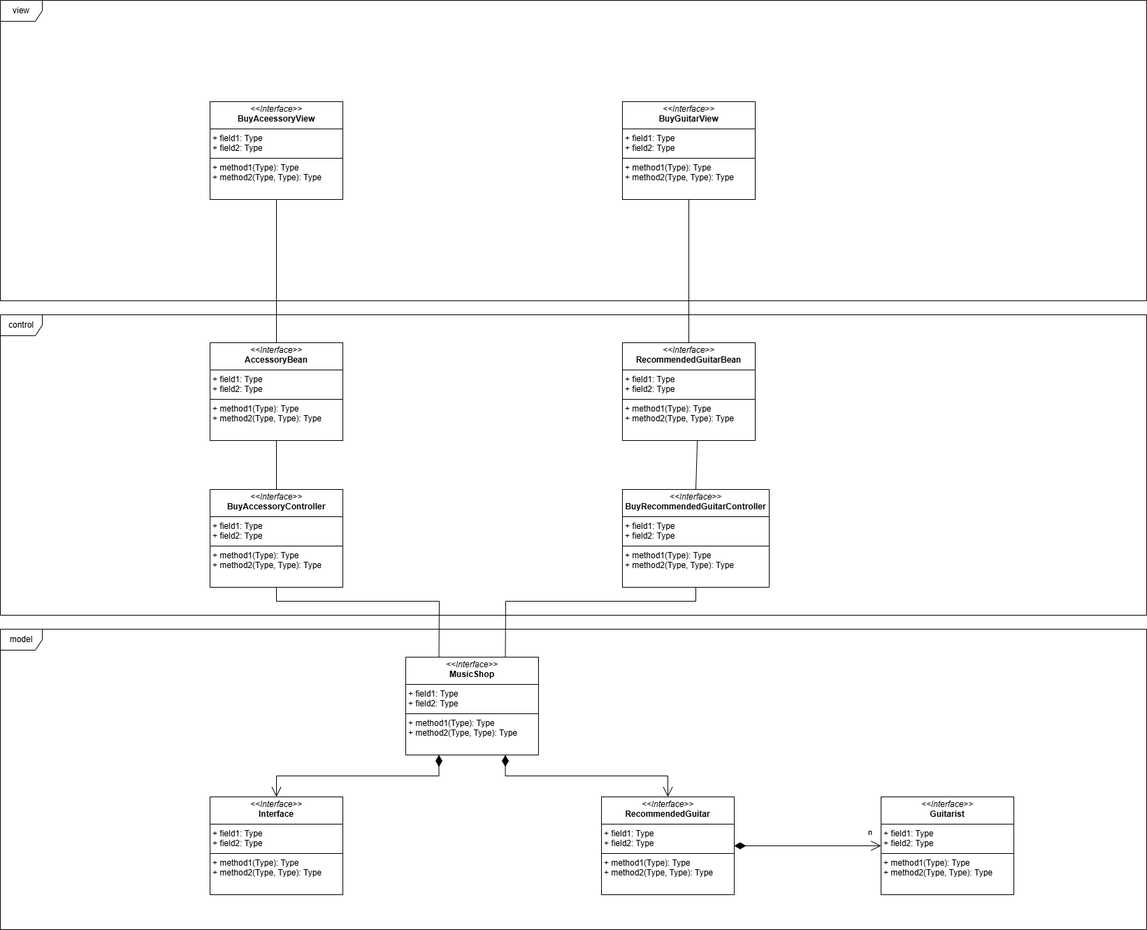
Above: diagrams/MVCM.drawio.png in TizianoLilli/ISPW-Project (draw.io), before the change. Source tidied: cells renumbered, new cells last; positions are measured from the earlier drawing's top-left corner, leaving out a move shared by most shapes.
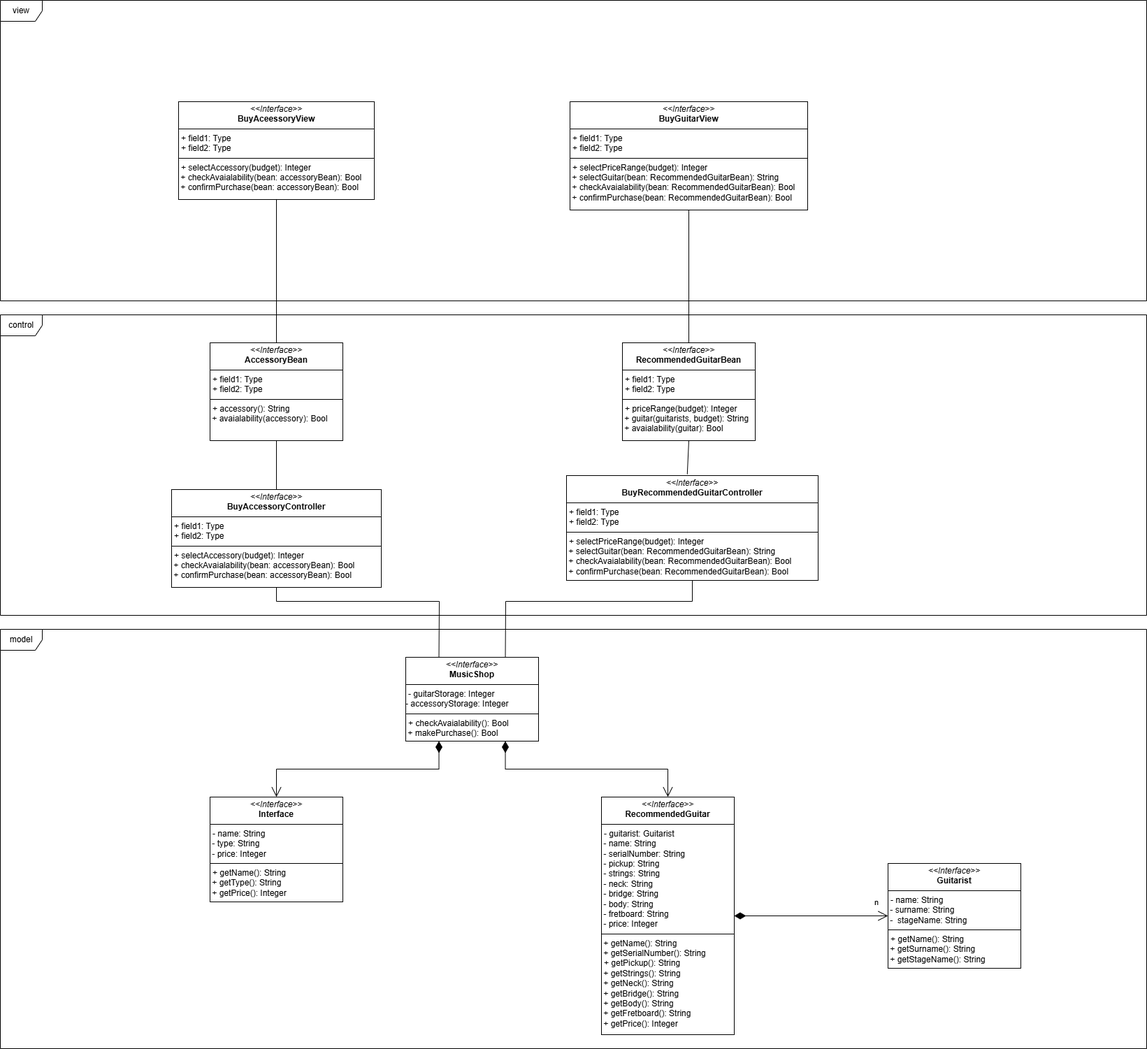
After the commit.

Diff of the diagram source:
```diff
@@ -5,47 +5,47 @@
     <mxCell id="2" value="view" style="shape=umlFrame;whiteSpace=wrap;html=1;" parent="1" vertex="1">
       <mxGeometry width="1640" height="430" as="geometry" />
     </mxCell>
-    <mxCell id="3" value="&lt;p style=&quot;margin:0px;margin-top:4px;text-align:center;&quot;&gt;&lt;i&gt;&amp;lt;&amp;lt;Interface&amp;gt;&amp;gt;&lt;/i&gt;&lt;br&gt;&lt;b&gt;BuyAceessoryView&lt;/b&gt;&lt;/p&gt;&lt;hr size=&quot;1&quot; style=&quot;border-style:solid;&quot;&gt;&lt;p style=&quot;margin:0px;margin-left:4px;&quot;&gt;+ field1: Type&lt;br&gt;+ field2: Type&lt;/p&gt;&lt;hr size=&quot;1&quot; style=&quot;border-style:solid;&quot;&gt;&lt;p style=&quot;margin:0px;margin-left:4px;&quot;&gt;+ method1(Type): Type&lt;br&gt;+ method2(Type, Type): Type&lt;/p&gt;" style="verticalAlign=top;align=left;overflow=fill;html=1;whiteSpace=wrap;" parent="1" vertex="1">
-      <mxGeometry x="300" y="145" width="190" height="140" as="geometry" />
+    <mxCell id="3" value="&lt;p style=&quot;margin:0px;margin-top:4px;text-align:center;&quot;&gt;&lt;i&gt;&amp;lt;&amp;lt;Interface&amp;gt;&amp;gt;&lt;/i&gt;&lt;br&gt;&lt;b&gt;BuyAceessoryView&lt;/b&gt;&lt;/p&gt;&lt;hr size=&quot;1&quot; style=&quot;border-style:solid;&quot;&gt;&lt;p style=&quot;margin:0px;margin-left:4px;&quot;&gt;+ field1: Type&lt;br&gt;+ field2: Type&lt;/p&gt;&lt;hr size=&quot;1&quot; style=&quot;border-style:solid;&quot;&gt;&lt;p style=&quot;margin:0px;margin-left:4px;&quot;&gt;+ selectAccessory(budget): Integer&lt;/p&gt;&lt;div&gt;&amp;nbsp;+ checkAvaialability(bean: accessoryBean): Bool&amp;nbsp;&lt;/div&gt;&lt;div&gt;&amp;nbsp;+ confirmPurchase(bean: accessoryBean): Bool&lt;/div&gt;" style="verticalAlign=top;align=left;overflow=fill;html=1;whiteSpace=wrap;" parent="1" vertex="1">
+      <mxGeometry x="255" y="145" width="280" height="140" as="geometry" />
     </mxCell>
-    <mxCell id="4" value="&lt;p style=&quot;margin:0px;margin-top:4px;text-align:center;&quot;&gt;&lt;i&gt;&amp;lt;&amp;lt;Interface&amp;gt;&amp;gt;&lt;/i&gt;&lt;br&gt;&lt;b&gt;BuyGuitarView&lt;/b&gt;&lt;/p&gt;&lt;hr size=&quot;1&quot; style=&quot;border-style:solid;&quot;&gt;&lt;p style=&quot;margin:0px;margin-left:4px;&quot;&gt;+ field1: Type&lt;br&gt;+ field2: Type&lt;/p&gt;&lt;hr size=&quot;1&quot; style=&quot;border-style:solid;&quot;&gt;&lt;p style=&quot;margin:0px;margin-left:4px;&quot;&gt;+ method1(Type): Type&lt;br&gt;+ method2(Type, Type): Type&lt;/p&gt;" style="verticalAlign=top;align=left;overflow=fill;html=1;whiteSpace=wrap;" parent="1" vertex="1">
-      <mxGeometry x="890" y="145" width="190" height="140" as="geometry" />
+    <mxCell id="4" value="&lt;p style=&quot;margin:0px;margin-top:4px;text-align:center;&quot;&gt;&lt;i&gt;&amp;lt;&amp;lt;Interface&amp;gt;&amp;gt;&lt;/i&gt;&lt;br&gt;&lt;b&gt;BuyGuitarView&lt;/b&gt;&lt;/p&gt;&lt;hr size=&quot;1&quot; style=&quot;border-style:solid;&quot;&gt;&lt;p style=&quot;margin:0px;margin-left:4px;&quot;&gt;+ field1: Type&lt;br&gt;+ field2: Type&lt;/p&gt;&lt;hr size=&quot;1&quot; style=&quot;border-style:solid;&quot;&gt;&lt;p style=&quot;margin:0px;margin-left:4px;&quot;&gt;+ selectPriceRange(budget): Integer&lt;/p&gt;&lt;div&gt;&amp;nbsp;+ selectGuitar(bean: RecommendedGuitarBean): String&lt;/div&gt;&lt;div&gt;&amp;nbsp;+ checkAvaialability(bean: RecommendedGuitarBean): Bool&lt;/div&gt;&lt;div&gt;&amp;nbsp;+ confirmPurchase(bean: RecommendedGuitarBean): Bool&lt;/div&gt;" style="verticalAlign=top;align=left;overflow=fill;html=1;whiteSpace=wrap;" parent="1" vertex="1">
+      <mxGeometry x="815" y="145" width="340" height="155" as="geometry" />
     </mxCell>
     <mxCell id="5" value="control" style="shape=umlFrame;whiteSpace=wrap;html=1;" parent="1" vertex="1">
       <mxGeometry y="450" width="1640" height="430" as="geometry" />
     </mxCell>
-    <mxCell id="6" value="&lt;p style=&quot;margin:0px;margin-top:4px;text-align:center;&quot;&gt;&lt;i&gt;&amp;lt;&amp;lt;Interface&amp;gt;&amp;gt;&lt;/i&gt;&lt;br&gt;&lt;b&gt;RecommendedGuitarBean&lt;/b&gt;&lt;/p&gt;&lt;hr size=&quot;1&quot; style=&quot;border-style:solid;&quot;&gt;&lt;p style=&quot;margin:0px;margin-left:4px;&quot;&gt;+ field1: Type&lt;br&gt;+ field2: Type&lt;/p&gt;&lt;hr size=&quot;1&quot; style=&quot;border-style:solid;&quot;&gt;&lt;p style=&quot;margin:0px;margin-left:4px;&quot;&gt;+ method1(Type): Type&lt;br&gt;+ method2(Type, Type): Type&lt;/p&gt;" style="verticalAlign=top;align=left;overflow=fill;html=1;whiteSpace=wrap;" parent="1" vertex="1">
+    <mxCell id="6" value="&lt;p style=&quot;margin:0px;margin-top:4px;text-align:center;&quot;&gt;&lt;i&gt;&amp;lt;&amp;lt;Interface&amp;gt;&amp;gt;&lt;/i&gt;&lt;br&gt;&lt;b&gt;RecommendedGuitarBean&lt;/b&gt;&lt;/p&gt;&lt;hr size=&quot;1&quot; style=&quot;border-style:solid;&quot;&gt;&lt;p style=&quot;margin:0px;margin-left:4px;&quot;&gt;+ field1: Type&lt;br&gt;+ field2: Type&lt;/p&gt;&lt;hr size=&quot;1&quot; style=&quot;border-style:solid;&quot;&gt;&lt;p style=&quot;margin:0px;margin-left:4px;&quot;&gt;+ priceRange(budget): Integer&lt;/p&gt;&lt;div&gt;&amp;nbsp;+ guitar(guitarists, budget): String&lt;/div&gt;&lt;div&gt;&amp;nbsp;+ avaialability(guitar): Bool&lt;/div&gt;&lt;div&gt;&lt;br&gt;&lt;/div&gt;" style="verticalAlign=top;align=left;overflow=fill;html=1;whiteSpace=wrap;" parent="1" vertex="1">
       <mxGeometry x="890" y="490" width="190" height="140" as="geometry" />
     </mxCell>
-    <mxCell id="7" value="&lt;p style=&quot;margin:0px;margin-top:4px;text-align:center;&quot;&gt;&lt;i&gt;&amp;lt;&amp;lt;Interface&amp;gt;&amp;gt;&lt;/i&gt;&lt;br&gt;&lt;b&gt;AccessoryBean&lt;/b&gt;&lt;/p&gt;&lt;hr size=&quot;1&quot; style=&quot;border-style:solid;&quot;&gt;&lt;p style=&quot;margin:0px;margin-left:4px;&quot;&gt;+ field1: Type&lt;br&gt;+ field2: Type&lt;/p&gt;&lt;hr size=&quot;1&quot; style=&quot;border-style:solid;&quot;&gt;&lt;p style=&quot;margin:0px;margin-left:4px;&quot;&gt;+ method1(Type): Type&lt;br&gt;+ method2(Type, Type): Type&lt;/p&gt;" style="verticalAlign=top;align=left;overflow=fill;html=1;whiteSpace=wrap;" parent="1" vertex="1">
+    <mxCell id="7" value="&lt;p style=&quot;margin:0px;margin-top:4px;text-align:center;&quot;&gt;&lt;i&gt;&amp;lt;&amp;lt;Interface&amp;gt;&amp;gt;&lt;/i&gt;&lt;br&gt;&lt;b&gt;AccessoryBean&lt;/b&gt;&lt;/p&gt;&lt;hr size=&quot;1&quot; style=&quot;border-style:solid;&quot;&gt;&lt;p style=&quot;margin:0px;margin-left:4px;&quot;&gt;+ field1: Type&lt;br&gt;+ field2: Type&lt;/p&gt;&lt;hr size=&quot;1&quot; style=&quot;border-style:solid;&quot;&gt;&lt;p style=&quot;margin:0px;margin-left:4px;&quot;&gt;+ accessory(): String&lt;/p&gt;&lt;div&gt;&amp;nbsp;+ avaialability(accessory): Bool&lt;/div&gt;" style="verticalAlign=top;align=left;overflow=fill;html=1;whiteSpace=wrap;" parent="1" vertex="1">
       <mxGeometry x="300" y="490" width="190" height="140" as="geometry" />
     </mxCell>
-    <mxCell id="8" value="&lt;p style=&quot;margin:0px;margin-top:4px;text-align:center;&quot;&gt;&lt;i&gt;&amp;lt;&amp;lt;Interface&amp;gt;&amp;gt;&lt;/i&gt;&lt;br&gt;&lt;b&gt;BuyAccessoryController&lt;/b&gt;&lt;/p&gt;&lt;hr size=&quot;1&quot; style=&quot;border-style:solid;&quot;&gt;&lt;p style=&quot;margin:0px;margin-left:4px;&quot;&gt;+ field1: Type&lt;br&gt;+ field2: Type&lt;/p&gt;&lt;hr size=&quot;1&quot; style=&quot;border-style:solid;&quot;&gt;&lt;p style=&quot;margin:0px;margin-left:4px;&quot;&gt;+ method1(Type): Type&lt;br&gt;+ method2(Type, Type): Type&lt;/p&gt;" style="verticalAlign=top;align=left;overflow=fill;html=1;whiteSpace=wrap;" parent="1" vertex="1">
-      <mxGeometry x="300" y="700" width="190" height="140" as="geometry" />
+    <mxCell id="8" value="&lt;p style=&quot;margin:0px;margin-top:4px;text-align:center;&quot;&gt;&lt;i&gt;&amp;lt;&amp;lt;Interface&amp;gt;&amp;gt;&lt;/i&gt;&lt;br&gt;&lt;b&gt;BuyAccessoryController&lt;/b&gt;&lt;/p&gt;&lt;hr size=&quot;1&quot; style=&quot;border-style:solid;&quot;&gt;&lt;p style=&quot;margin:0px;margin-left:4px;&quot;&gt;+ field1: Type&lt;br&gt;+ field2: Type&lt;/p&gt;&lt;hr size=&quot;1&quot; style=&quot;border-style:solid;&quot;&gt;&lt;p style=&quot;margin:0px;margin-left:4px;&quot;&gt;+ selectAccessory(budget): Integer&lt;/p&gt;&lt;div&gt;&amp;nbsp;+ checkAvaialability(bean: accessoryBean): Bool&lt;/div&gt;&lt;div&gt;&amp;nbsp;+ confirmPurchase(bean: accessoryBean): Bool&lt;/div&gt;" style="verticalAlign=top;align=left;overflow=fill;html=1;whiteSpace=wrap;" parent="1" vertex="1">
+      <mxGeometry x="245" y="700" width="300" height="140" as="geometry" />
     </mxCell>
-    <mxCell id="9" value="&lt;p style=&quot;margin:0px;margin-top:4px;text-align:center;&quot;&gt;&lt;i&gt;&amp;lt;&amp;lt;Interface&amp;gt;&amp;gt;&lt;/i&gt;&lt;br&gt;&lt;b&gt;BuyRecommendedGuitarController&lt;/b&gt;&lt;/p&gt;&lt;hr size=&quot;1&quot; style=&quot;border-style:solid;&quot;&gt;&lt;p style=&quot;margin:0px;margin-left:4px;&quot;&gt;+ field1: Type&lt;br&gt;+ field2: Type&lt;/p&gt;&lt;hr size=&quot;1&quot; style=&quot;border-style:solid;&quot;&gt;&lt;p style=&quot;margin:0px;margin-left:4px;&quot;&gt;+ method1(Type): Type&lt;br&gt;+ method2(Type, Type): Type&lt;/p&gt;" style="verticalAlign=top;align=left;overflow=fill;html=1;whiteSpace=wrap;" parent="1" vertex="1">
-      <mxGeometry x="890" y="700" width="210" height="140" as="geometry" />
+    <mxCell id="9" value="&lt;p style=&quot;margin:0px;margin-top:4px;text-align:center;&quot;&gt;&lt;i&gt;&amp;lt;&amp;lt;Interface&amp;gt;&amp;gt;&lt;/i&gt;&lt;br&gt;&lt;b&gt;BuyRecommendedGuitarController&lt;/b&gt;&lt;/p&gt;&lt;hr size=&quot;1&quot; style=&quot;border-style:solid;&quot;&gt;&lt;p style=&quot;margin:0px;margin-left:4px;&quot;&gt;+ field1: Type&lt;br&gt;+ field2: Type&lt;/p&gt;&lt;hr size=&quot;1&quot; style=&quot;border-style:solid;&quot;&gt;&lt;p style=&quot;margin:0px;margin-left:4px;&quot;&gt;+ selectPriceRange(budget): Integer&lt;/p&gt;&lt;div&gt;&amp;nbsp;+ selectGuitar(&lt;span style=&quot;background-color: initial;&quot;&gt;bean: RecommendedGuitarBean&lt;/span&gt;&lt;span style=&quot;background-color: initial;&quot;&gt;): String&lt;/span&gt;&lt;/div&gt;&lt;div&gt;&amp;nbsp;+ checkAvaialability(bean: RecommendedGuitarBean): Bool&lt;/div&gt;&lt;div&gt;&amp;nbsp;+ confirmPurchase(bean: RecommendedGuitarBean): Bool&lt;/div&gt;" style="verticalAlign=top;align=left;overflow=fill;html=1;whiteSpace=wrap;" parent="1" vertex="1">
+      <mxGeometry x="810" y="680" width="360" height="150" as="geometry" />
     </mxCell>
     <mxCell id="10" value="model" style="shape=umlFrame;whiteSpace=wrap;html=1;" parent="1" vertex="1">
-      <mxGeometry y="900" width="1640" height="430" as="geometry" />
+      <mxGeometry y="900" width="1640" height="600" as="geometry" />
     </mxCell>
-    <mxCell id="11" value="&lt;p style=&quot;margin:0px;margin-top:4px;text-align:center;&quot;&gt;&lt;i&gt;&amp;lt;&amp;lt;Interface&amp;gt;&amp;gt;&lt;/i&gt;&lt;br/&gt;&lt;b&gt;Interface&lt;/b&gt;&lt;/p&gt;&lt;hr size=&quot;1&quot; style=&quot;border-style:solid;&quot;/&gt;&lt;p style=&quot;margin:0px;margin-left:4px;&quot;&gt;+ field1: Type&lt;br/&gt;+ field2: Type&lt;/p&gt;&lt;hr size=&quot;1&quot; style=&quot;border-style:solid;&quot;/&gt;&lt;p style=&quot;margin:0px;margin-left:4px;&quot;&gt;+ method1(Type): Type&lt;br/&gt;+ method2(Type, Type): Type&lt;/p&gt;" style="verticalAlign=top;align=left;overflow=fill;html=1;whiteSpace=wrap;" parent="1" vertex="1">
-      <mxGeometry x="300" y="1140" width="190" height="140" as="geometry" />
+    <mxCell id="11" value="&lt;p style=&quot;margin:0px;margin-top:4px;text-align:center;&quot;&gt;&lt;i&gt;&amp;lt;&amp;lt;Interface&amp;gt;&amp;gt;&lt;/i&gt;&lt;br&gt;&lt;b&gt;Interface&lt;/b&gt;&lt;/p&gt;&lt;hr size=&quot;1&quot; style=&quot;border-style:solid;&quot;&gt;&lt;p style=&quot;margin:0px;margin-left:4px;&quot;&gt;- name: String&lt;/p&gt;&lt;div&gt;&amp;nbsp;- type: String&lt;/div&gt;&lt;div&gt;&amp;nbsp;- price: Integer&lt;/div&gt;&lt;hr size=&quot;1&quot; style=&quot;border-style:solid;&quot;&gt;&lt;p style=&quot;margin:0px;margin-left:4px;&quot;&gt;+ getName(): String&lt;/p&gt;&lt;div&gt;&amp;nbsp;+ getType(): String&lt;/div&gt;&lt;div&gt;&amp;nbsp;+ getPrice(): Integer&lt;/div&gt;" style="verticalAlign=top;align=left;overflow=fill;html=1;whiteSpace=wrap;" parent="1" vertex="1">
+      <mxGeometry x="300" y="1140" width="190" height="150" as="geometry" />
     </mxCell>
-    <mxCell id="12" value="&lt;p style=&quot;margin:0px;margin-top:4px;text-align:center;&quot;&gt;&lt;i&gt;&amp;lt;&amp;lt;Interface&amp;gt;&amp;gt;&lt;/i&gt;&lt;br&gt;&lt;b&gt;RecommendedGuitar&lt;/b&gt;&lt;/p&gt;&lt;hr size=&quot;1&quot; style=&quot;border-style:solid;&quot;&gt;&lt;p style=&quot;margin:0px;margin-left:4px;&quot;&gt;+ field1: Type&lt;br&gt;+ field2: Type&lt;/p&gt;&lt;hr size=&quot;1&quot; style=&quot;border-style:solid;&quot;&gt;&lt;p style=&quot;margin:0px;margin-left:4px;&quot;&gt;+ method1(Type): Type&lt;br&gt;+ method2(Type, Type): Type&lt;/p&gt;" style="verticalAlign=top;align=left;overflow=fill;html=1;whiteSpace=wrap;" parent="1" vertex="1">
-      <mxGeometry x="860" y="1140" width="190" height="140" as="geometry" />
+    <mxCell id="12" value="&lt;p style=&quot;margin:0px;margin-top:4px;text-align:center;&quot;&gt;&lt;i&gt;&amp;lt;&amp;lt;Interface&amp;gt;&amp;gt;&lt;/i&gt;&lt;br&gt;&lt;b&gt;RecommendedGuitar&lt;/b&gt;&lt;/p&gt;&lt;hr size=&quot;1&quot; style=&quot;border-style:solid;&quot;&gt;&lt;p style=&quot;margin:0px;margin-left:4px;&quot;&gt;- guitarist: Guitarist&lt;/p&gt;&lt;div&gt;&amp;nbsp;- name: String&lt;/div&gt;&lt;div&gt;&amp;nbsp;- serialNumber: String&lt;br&gt;&lt;div&gt;&lt;div&gt;&amp;nbsp;- pickup: String&lt;/div&gt;&lt;div&gt;&amp;nbsp;- strings: String&lt;/div&gt;&lt;div&gt;&amp;nbsp;- neck: String&lt;/div&gt;&lt;div&gt;&amp;nbsp;- bridge: String&lt;/div&gt;&lt;div&gt;&amp;nbsp;- body: String&lt;/div&gt;&lt;div&gt;&amp;nbsp;- fretboard: String&lt;/div&gt;&lt;div&gt;&amp;nbsp;- price: Integer&lt;/div&gt;&lt;/div&gt;&lt;/div&gt;&lt;hr size=&quot;1&quot; style=&quot;border-style:solid;&quot;&gt;&lt;div&gt;&amp;nbsp;+ getName(): String&lt;/div&gt;&lt;div&gt;&amp;nbsp;+ getSerialNumber(): String&lt;/div&gt;&lt;p style=&quot;margin:0px;margin-left:4px;&quot;&gt;+ getPickup(): String&lt;/p&gt;&lt;div&gt;&amp;nbsp;+ getStrings()&lt;span style=&quot;background-color: initial;&quot;&gt;: String&lt;/span&gt;&lt;/div&gt;&lt;div&gt;&amp;nbsp;+ getNeck()&lt;span style=&quot;background-color: initial;&quot;&gt;: String&lt;/span&gt;&lt;/div&gt;&lt;div&gt;&amp;nbsp;+ getBridge()&lt;span style=&quot;background-color: initial;&quot;&gt;: String&lt;/span&gt;&lt;/div&gt;&lt;div&gt;&amp;nbsp;+ getBody()&lt;span style=&quot;background-color: initial;&quot;&gt;: String&lt;/span&gt;&lt;/div&gt;&lt;div&gt;&amp;nbsp;+ getFretboard(): String&lt;/div&gt;&lt;div&gt;&amp;nbsp;+ getPrice(): Integer&lt;/div&gt;" style="verticalAlign=top;align=left;overflow=fill;html=1;whiteSpace=wrap;" parent="1" vertex="1">
+      <mxGeometry x="860" y="1140" width="190" height="340" as="geometry" />
     </mxCell>
-    <mxCell id="13" value="&lt;p style=&quot;margin:0px;margin-top:4px;text-align:center;&quot;&gt;&lt;i&gt;&amp;lt;&amp;lt;Interface&amp;gt;&amp;gt;&lt;/i&gt;&lt;br&gt;&lt;b&gt;MusicShop&lt;/b&gt;&lt;/p&gt;&lt;hr size=&quot;1&quot; style=&quot;border-style:solid;&quot;&gt;&lt;p style=&quot;margin:0px;margin-left:4px;&quot;&gt;+ field1: Type&lt;br&gt;+ field2: Type&lt;/p&gt;&lt;hr size=&quot;1&quot; style=&quot;border-style:solid;&quot;&gt;&lt;p style=&quot;margin:0px;margin-left:4px;&quot;&gt;+ method1(Type): Type&lt;br&gt;+ method2(Type, Type): Type&lt;/p&gt;" style="verticalAlign=top;align=left;overflow=fill;html=1;whiteSpace=wrap;" parent="1" vertex="1">
-      <mxGeometry x="580" y="940" width="190" height="140" as="geometry" />
+    <mxCell id="13" value="&lt;p style=&quot;margin:0px;margin-top:4px;text-align:center;&quot;&gt;&lt;i&gt;&amp;lt;&amp;lt;Interface&amp;gt;&amp;gt;&lt;/i&gt;&lt;br&gt;&lt;b&gt;MusicShop&lt;/b&gt;&lt;/p&gt;&lt;hr size=&quot;1&quot; style=&quot;border-style:solid;&quot;&gt;&lt;p style=&quot;margin:0px;margin-left:4px;&quot;&gt;- guitarStorage: Integer&lt;/p&gt;&lt;div&gt;- accessoryStorage: Integer&lt;/div&gt;&lt;hr size=&quot;1&quot; style=&quot;border-style:solid;&quot;&gt;&lt;p style=&quot;margin:0px;margin-left:4px;&quot;&gt;+ checkAvaialability(): Bool&lt;/p&gt;&lt;div&gt;&amp;nbsp;+ makePurchase(): Bool&lt;/div&gt;" style="verticalAlign=top;align=left;overflow=fill;html=1;whiteSpace=wrap;" parent="1" vertex="1">
+      <mxGeometry x="580" y="940" width="190" height="120" as="geometry" />
     </mxCell>
-    <mxCell id="14" value="&lt;p style=&quot;margin:0px;margin-top:4px;text-align:center;&quot;&gt;&lt;i&gt;&amp;lt;&amp;lt;Interface&amp;gt;&amp;gt;&lt;/i&gt;&lt;br&gt;&lt;b&gt;Guitarist&lt;/b&gt;&lt;/p&gt;&lt;hr size=&quot;1&quot; style=&quot;border-style:solid;&quot;&gt;&lt;p style=&quot;margin:0px;margin-left:4px;&quot;&gt;+ field1: Type&lt;br&gt;+ field2: Type&lt;/p&gt;&lt;hr size=&quot;1&quot; style=&quot;border-style:solid;&quot;&gt;&lt;p style=&quot;margin:0px;margin-left:4px;&quot;&gt;+ method1(Type): Type&lt;br&gt;+ method2(Type, Type): Type&lt;/p&gt;" style="verticalAlign=top;align=left;overflow=fill;html=1;whiteSpace=wrap;" parent="1" vertex="1">
-      <mxGeometry x="1260" y="1140" width="190" height="140" as="geometry" />
+    <mxCell id="14" value="&lt;p style=&quot;margin:0px;margin-top:4px;text-align:center;&quot;&gt;&lt;i&gt;&amp;lt;&amp;lt;Interface&amp;gt;&amp;gt;&lt;/i&gt;&lt;br&gt;&lt;b&gt;Guitarist&lt;/b&gt;&lt;/p&gt;&lt;hr size=&quot;1&quot; style=&quot;border-style:solid;&quot;&gt;&lt;p style=&quot;margin:0px;margin-left:4px;&quot;&gt;- name: String&lt;/p&gt;&lt;div&gt;&amp;nbsp;- surname: String&lt;/div&gt;&lt;div&gt;&amp;nbsp;-&amp;nbsp; stageName: String&lt;/div&gt;&lt;hr size=&quot;1&quot; style=&quot;border-style:solid;&quot;&gt;&lt;p style=&quot;margin:0px;margin-left:4px;&quot;&gt;+ getName(): String&lt;/p&gt;&lt;div&gt;&amp;nbsp;+ getSurname(): String&lt;/div&gt;&lt;div&gt;&amp;nbsp;+ getStageName(): String&lt;/div&gt;" style="verticalAlign=top;align=left;overflow=fill;html=1;whiteSpace=wrap;" parent="1" vertex="1">
+      <mxGeometry x="1270" y="1235" width="190" height="150" as="geometry" />
     </mxCell>
     <mxCell id="15" style="endArrow=none;html=1;rounded=0;entryX=0.5;entryY=1;entryDx=0;entryDy=0;exitX=0.75;exitY=0;exitDx=0;exitDy=0;" parent="1" edge="1" source="13" target="9">
       <mxGeometry relative="1" as="geometry">
         <Array as="points">
           <mxPoint x="723" y="860" />
-          <mxPoint x="995" y="860" />
+          <mxPoint x="990" y="860" />
         </Array>
       </mxGeometry>
     </mxCell>
@@ -60,7 +60,7 @@
     <mxCell id="17" style="endArrow=none;html=1;rounded=0;exitX=0.5;exitY=0;exitDx=0;exitDy=0;entryX=0.5;entryY=1;entryDx=0;entryDy=0;" parent="1" edge="1" source="8" target="7">
       <mxGeometry relative="1" as="geometry" />
     </mxCell>
-    <mxCell id="18" style="endArrow=none;html=1;rounded=0;exitX=0.5;exitY=0;exitDx=0;exitDy=0;entryX=0.564;entryY=1.002;entryDx=0;entryDy=0;entryPerimeter=0;" parent="1" edge="1" source="9" target="6">
+    <mxCell id="18" style="endArrow=none;html=1;rounded=0;exitX=0.48;exitY=-0.013;exitDx=0;exitDy=0;entryX=0.5;entryY=1;entryDx=0;entryDy=0;exitPerimeter=0;" parent="1" edge="1" source="9" target="6">
       <mxGeometry relative="1" as="geometry" />
     </mxCell>
     <mxCell id="19" style="endArrow=none;html=1;rounded=0;exitX=0.5;exitY=1;exitDx=0;exitDy=0;entryX=0.5;entryY=0;entryDx=0;entryDy=0;" parent="1" edge="1" source="3" target="7">
```
